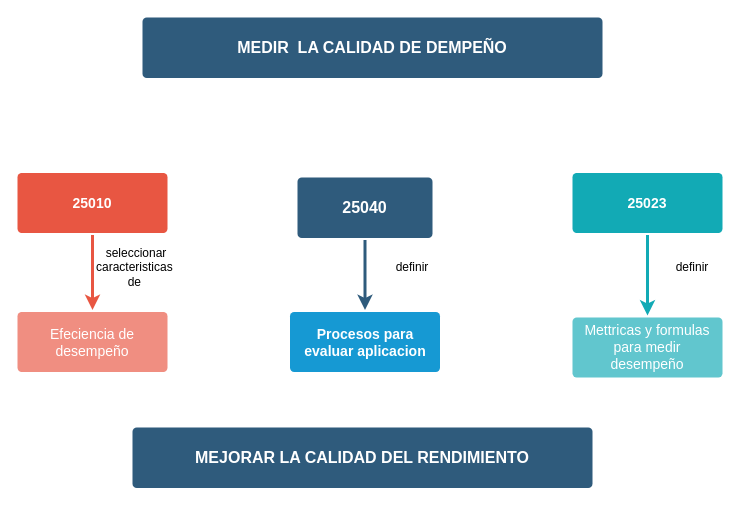
Above: Untitled Diagram.drawio in julnarot/charts-improv-perform (draw.io), before the change. Source tidied: cells renumbered, new cells numbered last; positions are measured from the earlier drawing's top-left corner, leaving out a move shared by most shapes. Both pictures are drawn from the tidied source at 100%, with x=0, y=0 at pixel (17, 17).
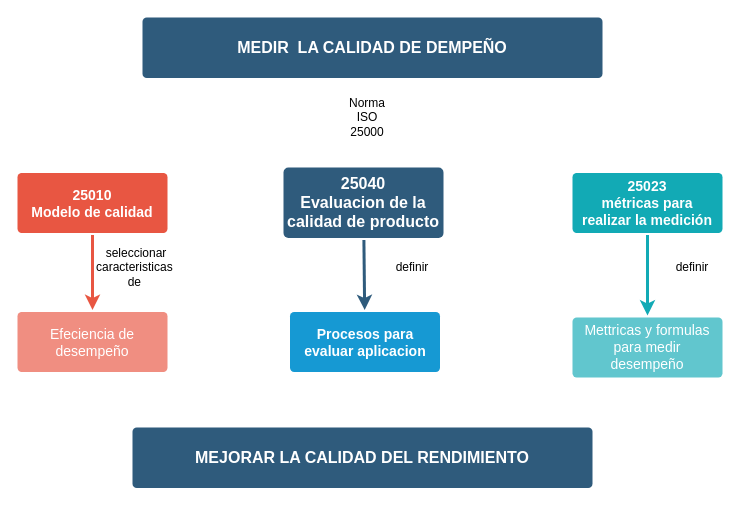
After the change.

What changed in the source:
```diff
@@
 <mxGraphModel>
   <root>
     <mxCell id="0" />
     <mxCell id="1" parent="0" />
     <mxCell id="2" style="edgeStyle=none;rounded=0;jumpStyle=none;html=1;shadow=0;labelBackgroundColor=none;startArrow=none;startFill=0;endArrow=classic;endFill=1;jettySize=auto;strokeColor=#2F5B7C;strokeWidth=3;fontFamily=Helvetica;fontSize=16;fontColor=#23445D;spacing=5;" parent="1" edge="1" source="3" target="7">
       <mxGeometry relative="1" as="geometry" />
     </mxCell>
-    <mxCell id="3" value="25040" style="rounded=1;whiteSpace=wrap;html=1;shadow=0;labelBackgroundColor=none;strokeColor=none;strokeWidth=3;fillColor=#2F5B7C;fontFamily=Helvetica;fontSize=16;fontColor=#FFFFFF;align=center;fontStyle=1;spacing=5;arcSize=7;perimeterSpacing=2;" parent="1" vertex="1">
-      <mxGeometry x="280" y="160" width="135" height="60.5" as="geometry" />
+    <mxCell id="3" value="25040&lt;br&gt;Evaluacion de la calidad de producto" style="rounded=1;whiteSpace=wrap;html=1;shadow=0;labelBackgroundColor=none;strokeColor=none;strokeWidth=3;fillColor=#2F5B7C;fontFamily=Helvetica;fontSize=16;fontColor=#FFFFFF;align=center;fontStyle=1;spacing=5;arcSize=7;perimeterSpacing=2;" parent="1" vertex="1">
+      <mxGeometry x="266" y="150" width="160" height="70.5" as="geometry" />
     </mxCell>
     <mxCell id="4" style="edgeStyle=none;rounded=1;jumpStyle=none;html=1;shadow=0;labelBackgroundColor=none;startArrow=none;startFill=0;jettySize=auto;strokeColor=#E85642;strokeWidth=3;fontFamily=Helvetica;fontSize=14;fontColor=#FFFFFF;spacing=5;fontStyle=1;fillColor=#b0e3e6;" parent="1" edge="1" source="5" target="6">
       <mxGeometry relative="1" as="geometry" />
     </mxCell>
-    <mxCell id="5" value="25010" style="rounded=1;whiteSpace=wrap;html=1;shadow=0;labelBackgroundColor=none;strokeColor=none;strokeWidth=3;fillColor=#e85642;fontFamily=Helvetica;fontSize=14;fontColor=#FFFFFF;align=center;spacing=5;fontStyle=1;arcSize=7;perimeterSpacing=2;" parent="1" vertex="1">
+    <mxCell id="5" value="25010&lt;br&gt;Modelo de calidad" style="rounded=1;whiteSpace=wrap;html=1;shadow=0;labelBackgroundColor=none;strokeColor=none;strokeWidth=3;fillColor=#e85642;fontFamily=Helvetica;fontSize=14;fontColor=#FFFFFF;align=center;spacing=5;fontStyle=1;arcSize=7;perimeterSpacing=2;" parent="1" vertex="1">
       <mxGeometry y="155.5" width="150" height="60" as="geometry" />
     </mxCell>
     <mxCell id="6" value="Efeciencia de desempeño" style="rounded=1;whiteSpace=wrap;html=1;shadow=0;labelBackgroundColor=none;strokeColor=none;strokeWidth=3;fillColor=#f08e81;fontFamily=Helvetica;fontSize=14;fontColor=#FFFFFF;align=center;spacing=5;fontStyle=0;arcSize=7;perimeterSpacing=2;" parent="1" vertex="1">
       <mxGeometry y="294.5" width="150" height="60" as="geometry" />
     </mxCell>
     <mxCell id="7" value="Procesos para evaluar aplicacion" style="rounded=1;whiteSpace=wrap;html=1;shadow=0;labelBackgroundColor=none;strokeColor=none;strokeWidth=3;fillColor=#1699d3;fontFamily=Helvetica;fontSize=14;fontColor=#FFFFFF;align=center;spacing=5;fontStyle=1;arcSize=7;perimeterSpacing=2;" parent="1" vertex="1">
       <mxGeometry x="272.5" y="294.5" width="150" height="60" as="geometry" />
     </mxCell>
-    <mxCell id="8" value="25023" style="rounded=1;whiteSpace=wrap;html=1;shadow=0;labelBackgroundColor=none;strokeColor=none;strokeWidth=3;fillColor=#12aab5;fontFamily=Helvetica;fontSize=14;fontColor=#FFFFFF;align=center;spacing=5;fontStyle=1;arcSize=7;perimeterSpacing=2;" parent="1" vertex="1">
+    <mxCell id="8" value="25023&lt;br&gt;métricas para realizar la medición" style="rounded=1;whiteSpace=wrap;html=1;shadow=0;labelBackgroundColor=none;strokeColor=none;strokeWidth=3;fillColor=#12aab5;fontFamily=Helvetica;fontSize=14;fontColor=#FFFFFF;align=center;spacing=5;fontStyle=1;arcSize=7;perimeterSpacing=2;" parent="1" vertex="1">
       <mxGeometry x="555" y="155.5" width="150" height="60" as="geometry" />
     </mxCell>
     <mxCell id="9" value="Mettricas y formulas para medir desempeño" style="rounded=1;whiteSpace=wrap;html=1;shadow=0;labelBackgroundColor=none;strokeColor=none;strokeWidth=3;fillColor=#61c6ce;fontFamily=Helvetica;fontSize=14;fontColor=#FFFFFF;align=center;spacing=5;fontStyle=0;arcSize=7;perimeterSpacing=2;" parent="1" vertex="1">
       <mxGeometry x="555" y="300" width="150" height="60" as="geometry" />
     </mxCell>
     <mxCell id="10" style="edgeStyle=none;rounded=1;jumpStyle=none;html=1;shadow=0;labelBackgroundColor=none;startArrow=none;startFill=0;jettySize=auto;strokeColor=#12AAB5;strokeWidth=3;fontFamily=Helvetica;fontSize=14;fontColor=#FFFFFF;spacing=5;fontStyle=1;fillColor=#b0e3e6;" parent="1" edge="1" source="8" target="9">
       <mxGeometry relative="1" as="geometry" />
     </mxCell>
     <mxCell id="11" value="seleccionar caracteristicas&amp;nbsp; de&amp;nbsp;" style="text;html=1;strokeColor=none;fillColor=none;align=center;verticalAlign=middle;whiteSpace=wrap;rounded=0;" parent="1" vertex="1">
       <mxGeometry x="99" y="240" width="40" height="20" as="geometry" />
     </mxCell>
     <mxCell id="12" value="definir" style="text;html=1;strokeColor=none;fillColor=none;align=center;verticalAlign=middle;whiteSpace=wrap;rounded=0;" parent="1" vertex="1">
       <mxGeometry x="375" y="240" width="40" height="20" as="geometry" />
     </mxCell>
     <mxCell id="13" value="definir" style="text;html=1;strokeColor=none;fillColor=none;align=center;verticalAlign=middle;whiteSpace=wrap;rounded=0;" parent="1" vertex="1">
       <mxGeometry x="655" y="240" width="40" height="20" as="geometry" />
     </mxCell>
     <mxCell id="14" value="MEDIR&amp;nbsp; LA CALIDAD DE DEMPEÑO" style="rounded=1;whiteSpace=wrap;html=1;shadow=0;labelBackgroundColor=none;strokeColor=none;strokeWidth=3;fillColor=#2F5B7C;fontFamily=Helvetica;fontSize=16;fontColor=#FFFFFF;align=center;fontStyle=1;spacing=5;arcSize=7;perimeterSpacing=2;" parent="1" vertex="1">
       <mxGeometry x="125" width="460" height="60.5" as="geometry" />
     </mxCell>
     <mxCell id="15" value="MEJORAR LA CALIDAD DEL RENDIMIENTO" style="rounded=1;whiteSpace=wrap;html=1;shadow=0;labelBackgroundColor=none;strokeColor=none;strokeWidth=3;fillColor=#2F5B7C;fontFamily=Helvetica;fontSize=16;fontColor=#FFFFFF;align=center;fontStyle=1;spacing=5;arcSize=7;perimeterSpacing=2;" parent="1" vertex="1">
       <mxGeometry x="115" y="410" width="460" height="60.5" as="geometry" />
     </mxCell>
+    <mxCell id="16" value="Norma ISO 25000" style="text;html=1;strokeColor=none;fillColor=none;align=center;verticalAlign=middle;whiteSpace=wrap;rounded=0;" parent="1" vertex="1">
+      <mxGeometry x="330" y="90" width="40" height="20" as="geometry" />
+    </mxCell>
   </root>
 </mxGraphModel>
```
